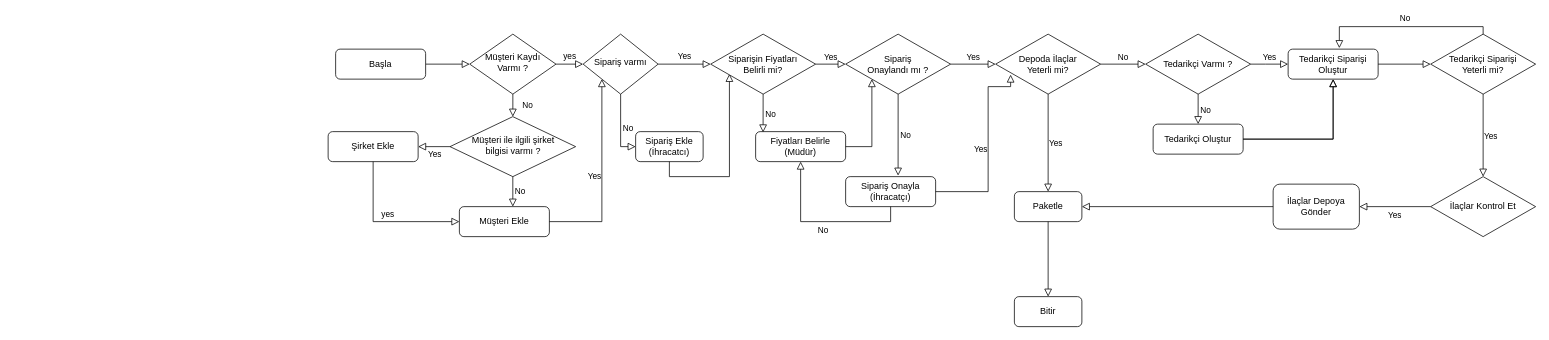
viacelal/akisdiagrami keeps this draw.io diagram as akisdiyagrami.drawio. Above is the earlier version. Source tidied: cells renumbered, new cells numbered last; positions are measured from the earlier drawing's top-left corner, leaving out a move shared by most shapes. Both pictures are drawn from the tidied source at 75%, with x=0, y=0 at pixel (328, 26).
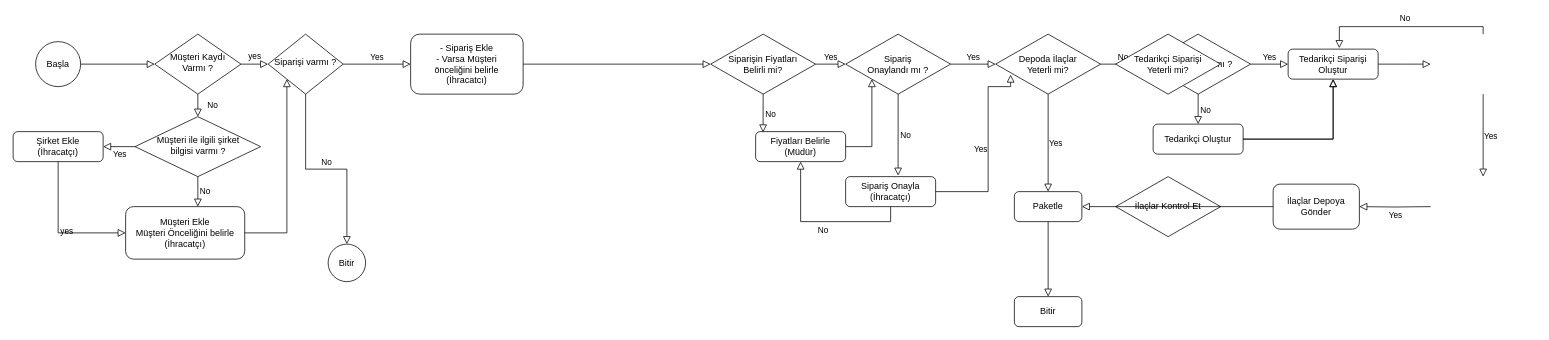
The same diagram, later.

The change refers to these unchanged cells:
```xml
<mxCell id="18" value="Siparişin Fiyatları &lt;br&gt;Belirli mi?" style="rhombus;whiteSpace=wrap;html=1;" parent="1" vertex="1">
  <mxGeometry x="510" y="10" width="140" height="80" as="geometry" />
</mxCell>
<mxCell id="29" value="Tedarikçi Siparişi Oluştur" style="rounded=1;whiteSpace=wrap;html=1;fontSize=12;glass=0;strokeWidth=1;shadow=0;" parent="1" vertex="1">
  <mxGeometry x="1280" y="30" width="120" height="40" as="geometry" />
</mxCell>
<mxCell id="39" value="İlaçlar Depoya&lt;br&gt; Gönder" style="rounded=1;whiteSpace=wrap;html=1;fontSize=12;glass=0;strokeWidth=1;shadow=0;" parent="1" vertex="1">
  <mxGeometry x="1260" y="210" width="115" height="60" as="geometry" />
</mxCell>
```

What changed in the source:
```diff
@@
-    <mxCell id="3" value="Başla" style="rounded=1;whiteSpace=wrap;html=1;fontSize=12;glass=0;strokeWidth=1;shadow=0;" parent="1" vertex="1">
-      <mxGeometry x="10" y="30" width="120" height="40" as="geometry" />
-    </mxCell>
@@
     <mxCell id="5" value="Müşteri ile ilgili şirket &lt;br&gt;bilgisi varmı ?" style="rhombus;whiteSpace=wrap;html=1;shadow=0;fontFamily=Helvetica;fontSize=12;align=center;strokeWidth=1;spacing=6;spacingTop=-4;" parent="1" vertex="1">
-      <mxGeometry x="162.5" y="120" width="167.5" height="80" as="geometry" />
+      <mxGeometry x="-257.5" y="120" width="167.5" height="80" as="geometry" />
     </mxCell>
-    <mxCell id="6" value="Müşteri Ekle" style="rounded=1;whiteSpace=wrap;html=1;fontSize=12;glass=0;strokeWidth=1;shadow=0;" parent="1" vertex="1">
-      <mxGeometry x="175" y="240" width="120" height="40" as="geometry" />
+    <mxCell id="6" value="Müşteri Ekle&lt;br&gt;Müşteri Önceliğini belirle&lt;br&gt;(İhracatçı)" style="rounded=1;whiteSpace=wrap;html=1;fontSize=12;glass=0;strokeWidth=1;shadow=0;" parent="1" vertex="1">
+      <mxGeometry x="-270" y="240" width="158.8" height="70" as="geometry" />
     </mxCell>
-    <mxCell id="7" value="Sipariş varmı" style="rhombus;whiteSpace=wrap;html=1;shadow=0;fontFamily=Helvetica;fontSize=12;align=center;strokeWidth=1;spacing=6;spacingTop=-4;" parent="1" vertex="1">
-      <mxGeometry x="340" y="10" width="100" height="80" as="geometry" />
+    <mxCell id="7" value="Siparişi varmı ?" style="rhombus;whiteSpace=wrap;html=1;shadow=0;fontFamily=Helvetica;fontSize=12;align=center;strokeWidth=1;spacing=6;spacingTop=-4;" parent="1" vertex="1">
+      <mxGeometry x="-80" y="10" width="100" height="80" as="geometry" />
     </mxCell>
     <mxCell id="8" value="Müşteri Kaydı&lt;br&gt; Varmı ?" style="rhombus;whiteSpace=wrap;html=1;shadow=0;fontFamily=Helvetica;fontSize=12;align=center;strokeWidth=1;spacing=6;spacingTop=-4;" parent="1" vertex="1">
-      <mxGeometry x="188.8" y="10" width="115" height="80" as="geometry" />
+      <mxGeometry x="-231.2" y="10" width="115" height="80" as="geometry" />
     </mxCell>
-    <mxCell id="9" value="No" style="edgeStyle=orthogonalEdgeStyle;rounded=0;html=1;jettySize=auto;fontSize=11;endArrow=block;endFill=0;endSize=8;strokeWidth=1;shadow=0;labelBackgroundColor=none;entryX=0;entryY=0.5;entryDx=0;entryDy=0;exitX=0.5;exitY=1;exitDx=0;exitDy=0;" parent="1" edge="1" source="7" target="10">
+    <mxCell id="9" value="Yes" style="edgeStyle=orthogonalEdgeStyle;rounded=0;html=1;jettySize=auto;fontSize=11;endArrow=block;endFill=0;endSize=8;strokeWidth=1;shadow=0;labelBackgroundColor=none;entryX=0;entryY=0.5;entryDx=0;entryDy=0;exitX=1;exitY=0.5;exitDx=0;exitDy=0;" parent="1" edge="1" source="7" target="10">
       <mxGeometry y="10" relative="1" as="geometry">
         <mxPoint y="1" as="offset" />
       </mxGeometry>
     </mxCell>
-    <mxCell id="10" value="Sipariş Ekle&lt;br&gt;(İhracatcı)" style="rounded=1;whiteSpace=wrap;html=1;fontSize=12;glass=0;strokeWidth=1;shadow=0;" parent="1" vertex="1">
-      <mxGeometry x="410" y="140" width="90" height="40" as="geometry" />
+    <mxCell id="10" value="- Sipariş Ekle&lt;br&gt;- Varsa Müşteri &lt;br&gt;önceliğini belirle&lt;br&gt;(İhracatcı)" style="rounded=1;whiteSpace=wrap;html=1;fontSize=12;glass=0;strokeWidth=1;shadow=0;" parent="1" vertex="1">
+      <mxGeometry x="110" y="10" width="150" height="80" as="geometry" />
     </mxCell>
@@
-    <mxCell id="12" value="Yes" style="edgeStyle=orthogonalEdgeStyle;rounded=0;html=1;jettySize=auto;fontSize=11;endArrow=block;endFill=0;endSize=8;strokeWidth=1;shadow=0;labelBackgroundColor=none;exitX=1;exitY=0.5;exitDx=0;exitDy=0;entryX=0;entryY=1;entryDx=0;entryDy=0;" parent="1" edge="1" source="6" target="7">
+    <mxCell id="12" style="edgeStyle=orthogonalEdgeStyle;rounded=0;html=1;jettySize=auto;fontSize=11;endArrow=block;endFill=0;endSize=8;strokeWidth=1;shadow=0;labelBackgroundColor=none;exitX=1;exitY=0.5;exitDx=0;exitDy=0;entryX=0;entryY=1;entryDx=0;entryDy=0;" parent="1" edge="1" source="6" target="7">
       <mxGeometry y="10" relative="1" as="geometry" />
     </mxCell>
@@
-    <mxCell id="14" value="Şirket Ekle" style="rounded=1;whiteSpace=wrap;html=1;fontSize=12;glass=0;strokeWidth=1;shadow=0;" parent="1" vertex="1">
-      <mxGeometry y="140" width="120" height="40" as="geometry" />
+    <mxCell id="14" value="Şirket Ekle&lt;br&gt;(İhracatçı)" style="rounded=1;whiteSpace=wrap;html=1;fontSize=12;glass=0;strokeWidth=1;shadow=0;" parent="1" vertex="1">
+      <mxGeometry x="-420" y="140" width="120" height="40" as="geometry" />
     </mxCell>
     <mxCell id="15" value="No" style="edgeStyle=orthogonalEdgeStyle;rounded=0;html=1;jettySize=auto;fontSize=11;endArrow=block;endFill=0;endSize=8;strokeWidth=1;shadow=0;labelBackgroundColor=none;exitX=0.5;exitY=1;exitDx=0;exitDy=0;" parent="1" edge="1" source="5" target="6">
       <mxGeometry y="10" relative="1" as="geometry">
         <Array as="points">
-          <mxPoint x="235" y="240" />
-          <mxPoint x="235" y="240" />
+          <mxPoint x="-174" y="220" />
+          <mxPoint x="-174" y="220" />
         </Array>
       </mxGeometry>
     </mxCell>
@@
-    <mxCell id="17" style="edgeStyle=orthogonalEdgeStyle;rounded=0;html=1;jettySize=auto;fontSize=11;endArrow=block;endFill=0;endSize=8;strokeWidth=1;shadow=0;labelBackgroundColor=none;exitX=0.5;exitY=1;exitDx=0;exitDy=0;entryX=0.179;entryY=0.663;entryDx=0;entryDy=0;entryPerimeter=0;" parent="1" edge="1" source="10" target="18">
+    <mxCell id="17" style="edgeStyle=orthogonalEdgeStyle;rounded=0;html=1;jettySize=auto;fontSize=11;endArrow=block;endFill=0;endSize=8;strokeWidth=1;shadow=0;labelBackgroundColor=none;entryX=0;entryY=0.5;entryDx=0;entryDy=0;exitX=1;exitY=0.5;exitDx=0;exitDy=0;" parent="1" edge="1" source="10" target="18">
       <mxGeometry y="10" relative="1" as="geometry" />
     </mxCell>
@@
-    <mxCell id="36" value="Yes" style="edgeStyle=orthogonalEdgeStyle;rounded=0;html=1;jettySize=auto;fontSize=11;endArrow=block;endFill=0;endSize=8;strokeWidth=1;shadow=0;labelBackgroundColor=none;exitX=1;exitY=0.5;exitDx=0;exitDy=0;entryX=0;entryY=0.5;entryDx=0;entryDy=0;" parent="1" edge="1" source="7" target="18">
-      <mxGeometry y="10" relative="1" as="geometry" />
-    </mxCell>
@@
-    <mxCell id="38" style="edgeStyle=orthogonalEdgeStyle;rounded=0;html=1;jettySize=auto;fontSize=11;endArrow=block;endFill=0;endSize=8;strokeWidth=1;shadow=0;labelBackgroundColor=none;exitX=1;exitY=0.5;exitDx=0;exitDy=0;entryX=0;entryY=0.5;entryDx=0;entryDy=0;" parent="1" edge="1" source="29" target="48">
+    <mxCell id="38" style="edgeStyle=orthogonalEdgeStyle;rounded=0;html=1;jettySize=auto;fontSize=11;endArrow=block;endFill=0;endSize=8;strokeWidth=1;shadow=0;labelBackgroundColor=none;exitX=1;exitY=0.5;exitDx=0;exitDy=0;entryX=0;entryY=0.5;entryDx=0;entryDy=0;" parent="1" edge="1" source="29">
       <mxGeometry y="10" relative="1" as="geometry">
+        <mxPoint x="1470" y="50" as="targetPoint" />
         <mxPoint y="1" as="offset" />
       </mxGeometry>
     </mxCell>
@@
     <mxCell id="40" value="İlaçlar Kontrol Et" style="rhombus;whiteSpace=wrap;html=1;" parent="1" vertex="1">
-      <mxGeometry x="1470" y="200" width="140" height="80" as="geometry" />
+      <mxGeometry x="1050" y="200" width="140" height="80" as="geometry" />
     </mxCell>
-    <mxCell id="41" value="Yes" style="edgeStyle=orthogonalEdgeStyle;rounded=0;html=1;jettySize=auto;fontSize=11;endArrow=block;endFill=0;endSize=8;strokeWidth=1;shadow=0;labelBackgroundColor=none;exitX=0;exitY=0.5;exitDx=0;exitDy=0;entryX=1;entryY=0.5;entryDx=0;entryDy=0;" parent="1" edge="1" source="40" target="39">
+    <mxCell id="41" value="Yes" style="edgeStyle=orthogonalEdgeStyle;rounded=0;html=1;jettySize=auto;fontSize=11;endArrow=block;endFill=0;endSize=8;strokeWidth=1;shadow=0;labelBackgroundColor=none;exitX=0;exitY=0.5;exitDx=0;exitDy=0;entryX=1;entryY=0.5;entryDx=0;entryDy=0;" parent="1" edge="1" target="39">
       <mxGeometry y="10" relative="1" as="geometry">
+        <mxPoint x="1470" y="240" as="sourcePoint" />
         <mxPoint y="1" as="offset" />
       </mxGeometry>
     </mxCell>
@@
     <mxCell id="48" value="Tedarikçi Siparişi&lt;br&gt;Yeterli mi?" style="rhombus;whiteSpace=wrap;html=1;" parent="1" vertex="1">
-      <mxGeometry x="1470" y="10" width="140" height="80" as="geometry" />
+      <mxGeometry x="1050" y="10" width="140" height="80" as="geometry" />
     </mxCell>
-    <mxCell id="49" value="Yes" style="edgeStyle=orthogonalEdgeStyle;rounded=0;html=1;jettySize=auto;fontSize=11;endArrow=block;endFill=0;endSize=8;strokeWidth=1;shadow=0;labelBackgroundColor=none;exitX=0.5;exitY=1;exitDx=0;exitDy=0;entryX=0.5;entryY=0;entryDx=0;entryDy=0;" parent="1" edge="1" source="48" target="40">
+    <mxCell id="49" value="Yes" style="edgeStyle=orthogonalEdgeStyle;rounded=0;html=1;jettySize=auto;orthogonalLoop=1;fontSize=11;endArrow=block;endFill=0;endSize=8;strokeWidth=1;shadow=0;labelBackgroundColor=none;exitX=0.5;exitY=1;exitDx=0;exitDy=0;entryX=0.5;entryY=0;entryDx=0;entryDy=0;" parent="1" edge="1">
       <mxGeometry y="10" relative="1" as="geometry">
+        <mxPoint x="1540" y="90" as="sourcePoint" />
+        <mxPoint x="1540" y="200" as="targetPoint" />
         <mxPoint y="1" as="offset" />
       </mxGeometry>
     </mxCell>
-    <mxCell id="50" style="edgeStyle=orthogonalEdgeStyle;rounded=0;html=1;jettySize=auto;fontSize=11;endArrow=block;endFill=0;endSize=8;strokeWidth=1;shadow=0;labelBackgroundColor=none;exitX=0.5;exitY=0;exitDx=0;exitDy=0;entryX=0.569;entryY=-0.033;entryDx=0;entryDy=0;entryPerimeter=0;" parent="1" edge="1" source="48" target="29">
+    <mxCell id="50" style="edgeStyle=orthogonalEdgeStyle;rounded=0;html=1;jettySize=auto;fontSize=11;endArrow=block;endFill=0;endSize=8;strokeWidth=1;shadow=0;labelBackgroundColor=none;exitX=0.5;exitY=0;exitDx=0;exitDy=0;entryX=0.569;entryY=-0.033;entryDx=0;entryDy=0;entryPerimeter=0;" parent="1" edge="1" target="29">
       <mxGeometry y="10" relative="1" as="geometry">
+        <mxPoint x="1540" y="10" as="sourcePoint" />
         <Array as="points">
           <mxPoint x="1540" />
           <mxPoint x="1348" />
         </Array>
         <mxPoint y="1" as="offset" />
       </mxGeometry>
     </mxCell>
@@
+    <mxCell id="3" value="Başla" style="ellipse;whiteSpace=wrap;html=1;" parent="1" vertex="1">
+      <mxGeometry x="-390" y="20" width="60" height="60" as="geometry" />
+    </mxCell>
+    <mxCell id="52" value="Bitir" style="ellipse;whiteSpace=wrap;html=1;" parent="1" vertex="1">
+      <mxGeometry y="290" width="50" height="50" as="geometry" />
+    </mxCell>
+    <mxCell id="53" value="No" style="edgeStyle=orthogonalEdgeStyle;rounded=0;html=1;jettySize=auto;fontSize=11;endArrow=block;endFill=0;endSize=8;strokeWidth=1;shadow=0;labelBackgroundColor=none;exitX=0.5;exitY=1;exitDx=0;exitDy=0;entryX=0.5;entryY=0;entryDx=0;entryDy=0;" parent="1" edge="1" source="7" target="52">
+      <mxGeometry y="10" relative="1" as="geometry">
+        <mxPoint y="1" as="offset" />
+      </mxGeometry>
+    </mxCell>
```
